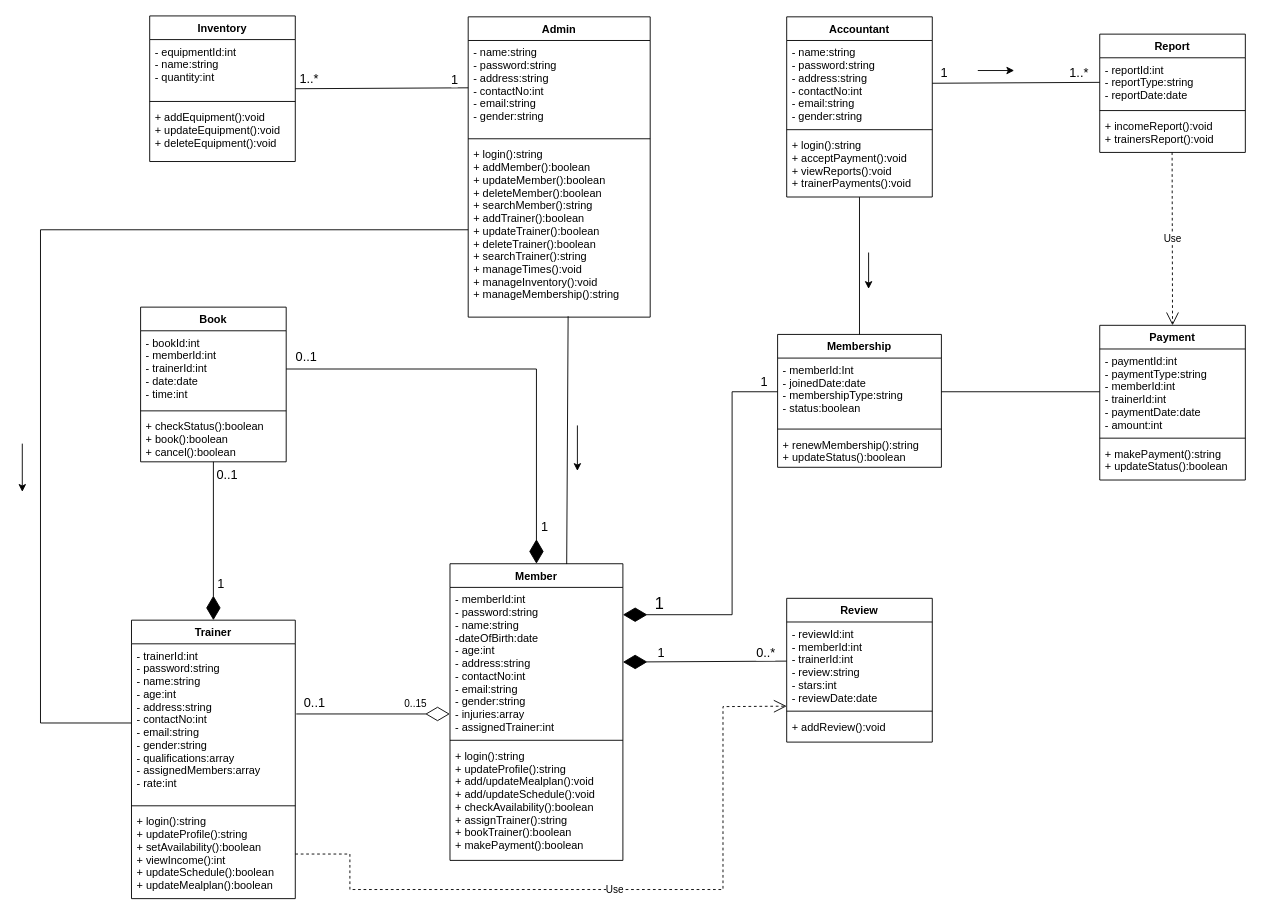
This is Diagram/Class diagram.drawio from AmilaDissanayake/Group_CS21, a draw.io file, before an edit. Source tidied: cells renumbered, new cells numbered last; positions are measured from the earlier drawing's top-left corner, leaving out a move shared by most shapes. Both pictures are drawn from the tidied source at 91%, with x=0, y=0 at pixel (22, 15).
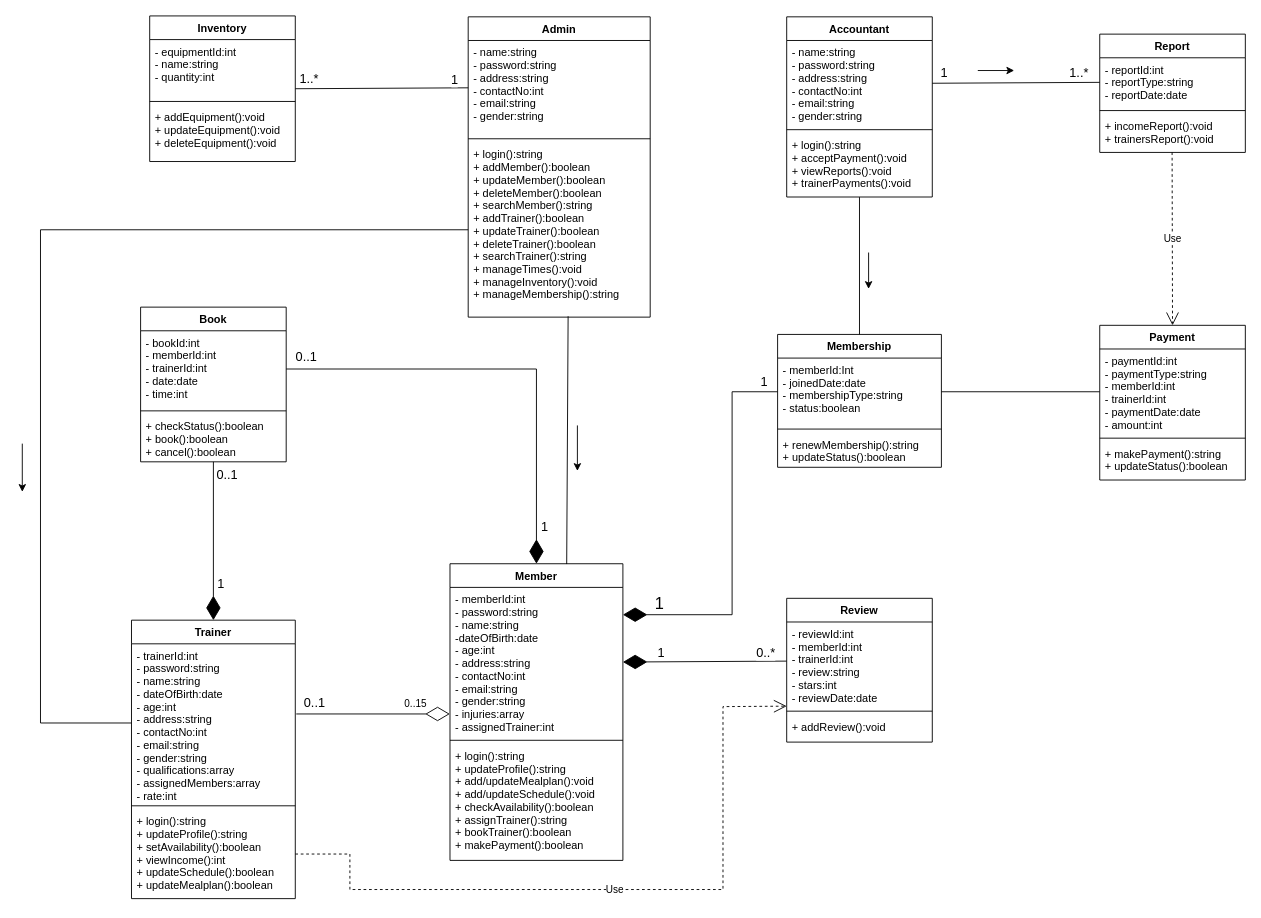
The same diagram, later.

Commit message:
age of trainer

The change refers to these unchanged cells:
```xml
<mxCell id="10" value="Trainer" style="swimlane;fontStyle=1;align=center;verticalAlign=top;horizontal=1;startSize=26;" parent="1" vertex="1">
  <mxGeometry x="120" y="664" width="180" height="306" as="geometry" />
</mxCell>
```

Diff of the diagram source:
```diff
@@
-    <mxCell id="11" value="- trainerId:int&#10;- password:string&#10;- name:string&#10;- age:int&#10;- address:string&#10;- contactNo:int&#10;- email:string&#10;- gender:string&#10;- qualifications:array&#10;- assignedMembers:array&#10;- rate:int" style="text;strokeColor=none;fillColor=none;align=left;verticalAlign=top;spacingLeft=4;spacingRight=4;overflow=hidden;points=[[0,0.5],[1,0.5]];portConstraint=eastwest;" parent="10" vertex="1">
+    <mxCell id="11" value="- trainerId:int&#10;- password:string&#10;- name:string&#10;- dateOfBirth:date&#10;- age:int&#10;- address:string&#10;- contactNo:int&#10;- email:string&#10;- gender:string&#10;- qualifications:array&#10;- assignedMembers:array&#10;- rate:int" style="text;strokeColor=none;fillColor=none;align=left;verticalAlign=top;spacingLeft=4;spacingRight=4;overflow=hidden;points=[[0,0.5],[1,0.5]];portConstraint=eastwest;" parent="10" vertex="1">
       <mxGeometry y="26" width="180" height="174" as="geometry" />
     </mxCell>
```
